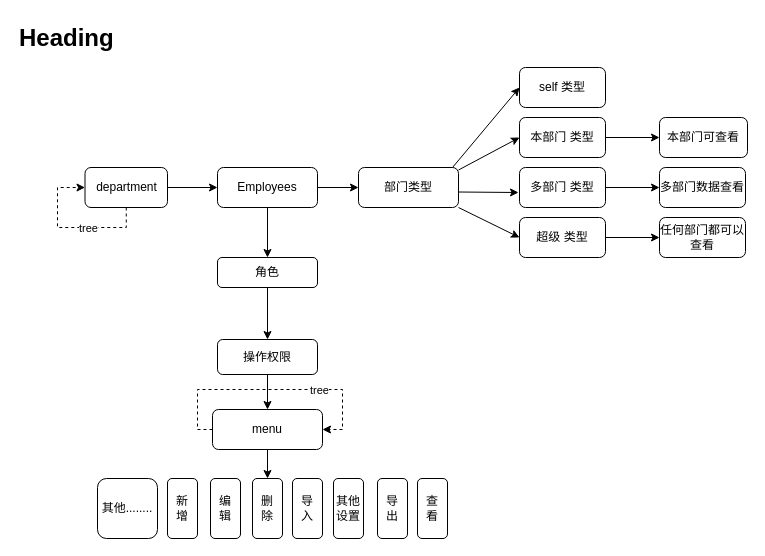
Before: 未命名绘图.drawio in romon-liangbo/BusinessPartner, a draw.io diagram. Source tidied: cells renumbered, new cells numbered last; positions are measured from the earlier drawing's top-left corner, leaving out a move shared by most shapes. Both pictures are drawn from the tidied source at 100%, with x=0, y=0 at pixel (17, 17).
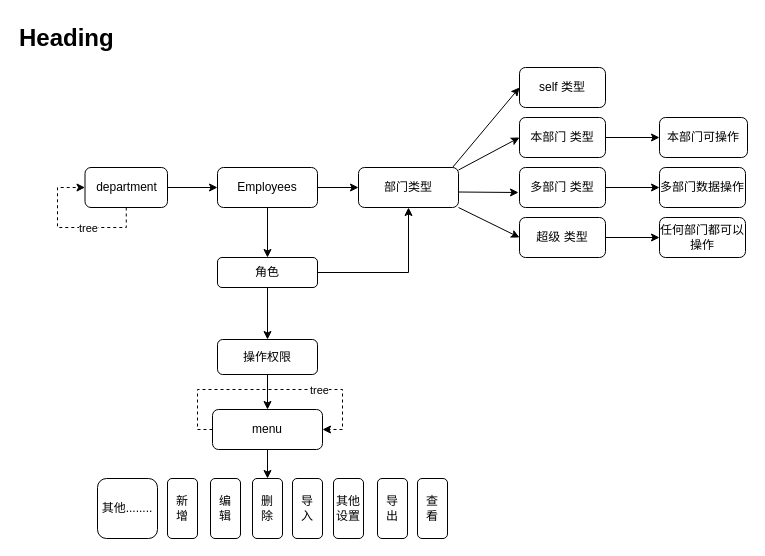
After the change.

The change refers to these unchanged cells:
```xml
<mxCell id="5" value="部门类型" style="whiteSpace=wrap;html=1;rounded=1;" parent="1" vertex="1">
  <mxGeometry x="341" y="150" width="100" height="40" as="geometry" />
</mxCell>
<mxCell id="33" value="角色" style="whiteSpace=wrap;html=1;rounded=1;" parent="1" vertex="1">
  <mxGeometry x="200" y="240" width="100" height="30" as="geometry" />
</mxCell>
```

Diff of the diagram source:
```diff
@@
-    <mxCell id="15" value="多部门数据查看" style="rounded=1;whiteSpace=wrap;html=1;" parent="1" vertex="1">
+    <mxCell id="15" value="多部门数据操作" style="rounded=1;whiteSpace=wrap;html=1;" parent="1" vertex="1">
       <mxGeometry x="642" y="150" width="86" height="40" as="geometry" />
     </mxCell>
-    <mxCell id="16" value="本部门可查看" style="whiteSpace=wrap;html=1;rounded=1;" parent="1" vertex="1">
+    <mxCell id="16" value="本部门可操作" style="whiteSpace=wrap;html=1;rounded=1;" parent="1" vertex="1">
       <mxGeometry x="642" y="100" width="88" height="40" as="geometry" />
     </mxCell>
-    <mxCell id="17" value="任何部门都可以查看" style="rounded=1;whiteSpace=wrap;html=1;" parent="1" vertex="1">
+    <mxCell id="17" value="任何部门都可以操作" style="rounded=1;whiteSpace=wrap;html=1;" parent="1" vertex="1">
       <mxGeometry x="642" y="200" width="86" height="40" as="geometry" />
     </mxCell>
@@
+    <mxCell id="41" style="edgeStyle=orthogonalEdgeStyle;rounded=0;jettySize=auto;html=1;entryX=0.5;entryY=1;entryDx=0;entryDy=0;" parent="1" edge="1" source="33" target="5">
+      <mxGeometry relative="1" as="geometry" />
+    </mxCell>
```
